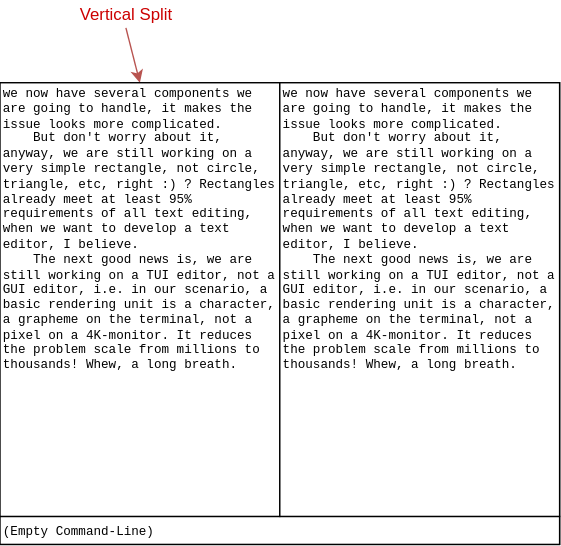
This is images/1-TUI-3-Layout.4.drawio.svg from rsvim/rfc, a draw.io export, as it was before one commit. Source tidied: cells renumbered, new cells last; positions are measured from the earlier drawing's top-left corner, leaving out a move shared by most shapes.
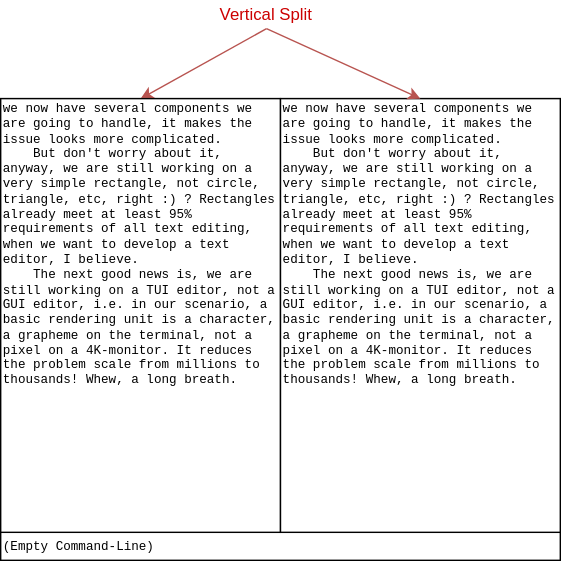
After the commit.

The edit, as a diff of the source:
```diff
@@ -9,7 +9,7 @@
       <mxGeometry y="369" width="400" height="20" as="geometry" />
     </mxCell>
     <mxCell id="4" value="Vertical Split" style="text;html=1;whiteSpace=wrap;strokeColor=none;fillColor=none;align=center;verticalAlign=middle;rounded=0;fontColor=#CC0000;" parent="1" vertex="1">
-      <mxGeometry y="-0.2" width="180" height="20" as="geometry" />
+      <mxGeometry x="100" y="-11" width="180" height="20" as="geometry" />
     </mxCell>
     <mxCell id="5" style="endArrow=classic;html=1;rounded=0;entryX=0.5;entryY=0;entryDx=0;entryDy=0;fontColor=#CC0000;fillColor=#f8cecc;strokeColor=#b85450;exitX=0.5;exitY=1;exitDx=0;exitDy=0;" parent="1" edge="1" source="4" target="8">
       <mxGeometry relative="1" as="geometry" />
@@ -26,5 +26,8 @@
     <mxCell id="9" value="we now have several components we are going to handle, it makes the issue looks more complicated.&amp;nbsp;&lt;br&gt;&amp;nbsp; &amp;nbsp; But don't worry about it, anyway, we are still working on a very simple rectangle, not circle, triangle, etc, right :) ? Rectangles already meet at least 95% requirements of all text editing, when we want to develop a text editor, I believe.&lt;br&gt;&amp;nbsp; &amp;nbsp; The next good news is, we are still working on a TUI editor, not a GUI editor, i.e. in our scenario, a basic rendering unit is a character, a grapheme on the terminal, not a pixel on a 4K-monitor. It reduces the problem scale from millions to thousands! Whew, a long breath." style="text;html=1;whiteSpace=wrap;strokeColor=none;fillColor=none;align=left;verticalAlign=middle;rounded=0;fontFamily=Courier New;fontSize=9;fontStyle=0;" parent="1" vertex="1">
       <mxGeometry x="200" y="59" width="200" height="210" as="geometry" />
     </mxCell>
+    <mxCell id="10" style="endArrow=classic;html=1;rounded=0;entryX=0.5;entryY=0;entryDx=0;entryDy=0;fontColor=#CC0000;fillColor=#f8cecc;strokeColor=#b85450;exitX=0.5;exitY=1;exitDx=0;exitDy=0;" parent="1" edge="1" source="4" target="9">
+      <mxGeometry relative="1" as="geometry" />
+    </mxCell>
   </root>
 </mxGraphModel>
```
